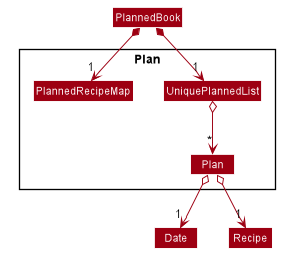
Before: images/ModelPlanClassDiagram.png, a diagram exported from PlantUML (AY1920S2-CS2103T-T10-1/main). Source of this version:
```plantuml
@startuml








skinparam BackgroundColor #FFFFFFF

skinparam Shadowing false

skinparam Class {
    FontColor #FFFFFF
    BorderThickness 1
    BorderColor #FFFFFF
    StereotypeFontColor #FFFFFF
    FontName Arial
}

skinparam Actor {
    BorderColor #000000
    Color #000000
    FontName Arial
}

skinparam Sequence {
    MessageAlign center
    BoxFontSize 15
    BoxPadding 0
    BoxFontColor #FFFFFF
    FontName Arial
}

skinparam Participant {
    FontColor #FFFFFFF
    Padding 20
}

skinparam MinClassWidth 50
skinparam ParticipantPadding 10
skinparam Shadowing false
skinparam DefaultTextAlignment center
skinparam packageStyle Rectangle

hide footbox
hide members
hide circle

skinparam arrowThickness 1.1
skinparam arrowColor #9D0012
skinparam classBackgroundColor #9D0012

class PlannedBook

Package Plan {
    class UniquePlannedList
    class Plan
    class PlannedRecipeMap
}
class Date
class Recipe

PlannedBook *-down->"1" UniquePlannedList
PlannedBook *-down->"1" PlannedRecipeMap
UniquePlannedList o--> "*" Plan
Plan o--> "1" Recipe
Plan o--> "1" Date

@enduml
```
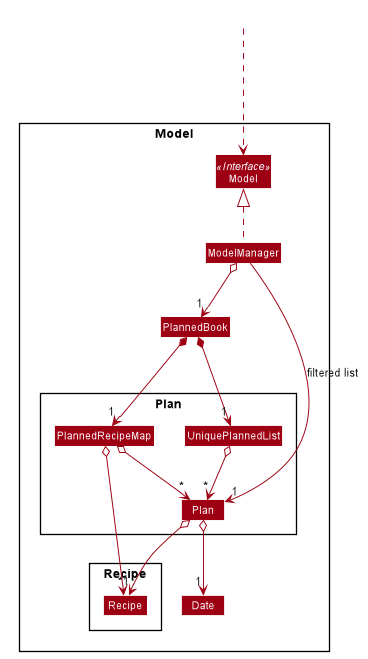
Above is the later version.

Diff of the diagram source:
```diff
@@ -52,6 +52,13 @@
 skinparam arrowColor #9D0012
 skinparam classBackgroundColor #9D0012
 
+Class HiddenOutside #FFFFFF
+
+Package Model <<Rectangle>>{
+
+Interface Model <<Interface>>
+Class Model
+Class ModelManager
 class PlannedBook
 
 Package Plan {
@@ -60,11 +67,20 @@
     class PlannedRecipeMap
 }
 class Date
-class Recipe
+
+Package Recipe {
+    class Recipe
+}
+HiddenOutside ...> Model
+ModelManager o--> "1" PlannedBook
+ModelManager .up.|> Model
+ModelManager --> "1" Plan : filtered list
 
 PlannedBook *-down->"1" UniquePlannedList
 PlannedBook *-down->"1" PlannedRecipeMap
 UniquePlannedList o--> "*" Plan
+PlannedRecipeMap o--> "*" Plan
+PlannedRecipeMap o--> "*" Recipe
 Plan o--> "1" Recipe
 Plan o--> "1" Date
 
```
